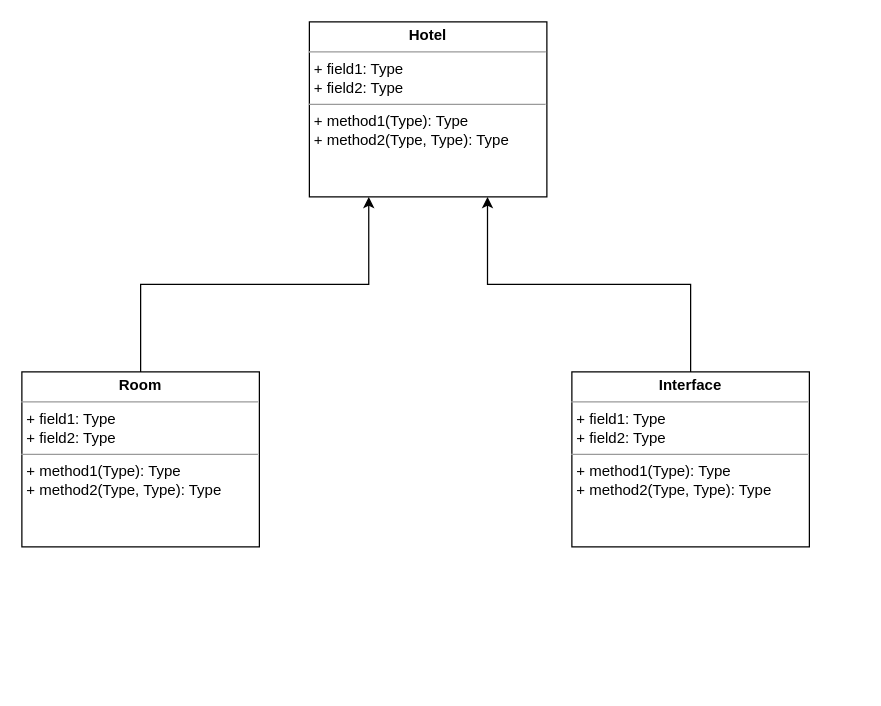
Above: Hotel.drawio in Alfonso18Feb/Algoritmos_Inicialesde_Alfonso_Criado-Pou_Castellanos (draw.io), before the change. Source tidied: cells renumbered, new cells numbered last; positions are measured from the earlier drawing's top-left corner, leaving out a move shared by most shapes. Both pictures are drawn from the tidied source at 125%, with x=0, y=0 at pixel (21, 21).
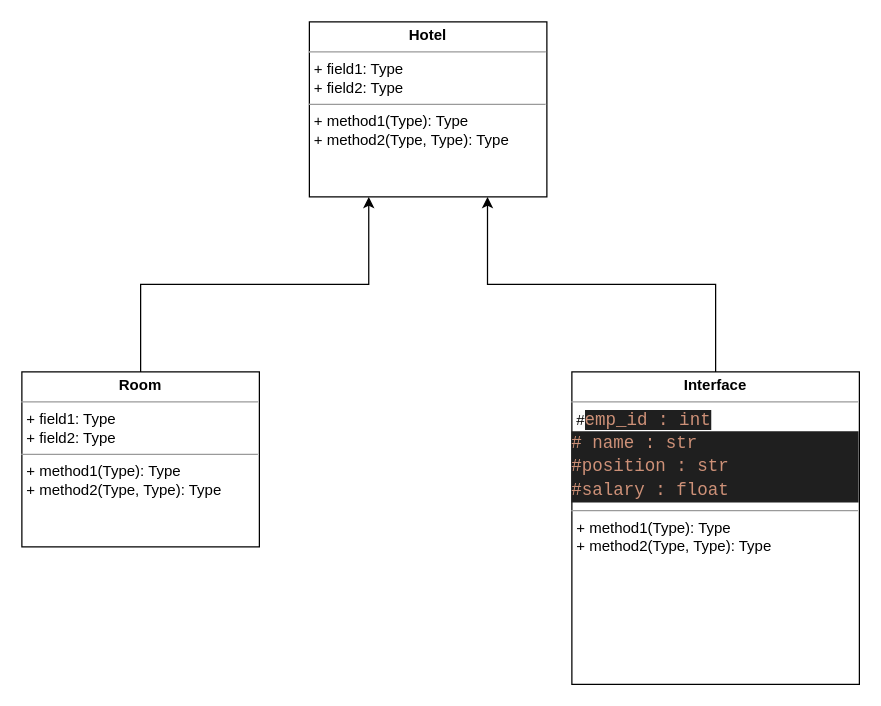
The same diagram, later.

Change to the diagram source:
```diff
@@
 <mxGraphModel>
   <root>
     <mxCell id="0" />
     <mxCell id="1" parent="0" />
-    <mxCell id="2" value="&lt;p style=&quot;margin:0px;margin-top:4px;text-align:center;&quot;&gt;&lt;b&gt;Interface&lt;/b&gt;&lt;/p&gt;&lt;hr size=&quot;1&quot;&gt;&lt;p style=&quot;margin:0px;margin-left:4px;&quot;&gt;+ field1: Type&lt;br&gt;+ field2: Type&lt;/p&gt;&lt;hr size=&quot;1&quot;&gt;&lt;p style=&quot;margin:0px;margin-left:4px;&quot;&gt;+ method1(Type): Type&lt;br&gt;+ method2(Type, Type): Type&lt;/p&gt;" style="verticalAlign=top;align=left;overflow=fill;fontSize=12;fontFamily=Helvetica;html=1;rounded=0;shadow=0;comic=0;labelBackgroundColor=none;strokeWidth=1;" parent="1" vertex="1">
-      <mxGeometry x="440" y="280" width="190" height="140" as="geometry" />
+    <mxCell id="2" value="&lt;p style=&quot;margin:0px;margin-top:4px;text-align:center;&quot;&gt;&lt;b&gt;Interface&lt;/b&gt;&lt;/p&gt;&lt;hr size=&quot;1&quot;&gt;&lt;p style=&quot;margin:0px;margin-left:4px;&quot;&gt;&lt;span style=&quot;background-color: rgb(251, 251, 251);&quot;&gt;#&lt;/span&gt;&lt;span style=&quot;color: rgb(206, 145, 120); background-color: rgb(31, 31, 31); font-family: Consolas, &amp;quot;Courier New&amp;quot;, monospace; font-size: 14px; white-space-collapse: preserve;&quot;&gt;emp_id : int&lt;/span&gt;&lt;/p&gt;&lt;div style=&quot;color: rgb(204, 204, 204); background-color: rgb(31, 31, 31); font-family: Consolas, &amp;quot;Courier New&amp;quot;, monospace; font-size: 14px; line-height: 19px; white-space-collapse: preserve;&quot;&gt;&lt;div&gt;&lt;span style=&quot;color: #ce9178;&quot;&gt;#&lt;/span&gt;&lt;span style=&quot;color: rgb(206, 145, 120);&quot;&gt; name : str&lt;/span&gt;&lt;/div&gt;&lt;div&gt;&lt;span style=&quot;color: #ce9178;&quot;&gt;#position : str&lt;/span&gt;&lt;/div&gt;&lt;div&gt;&lt;span style=&quot;color: #ce9178;&quot;&gt;#salary : float&lt;/span&gt;&lt;/div&gt;&lt;/div&gt;&lt;hr size=&quot;1&quot;&gt;&lt;p style=&quot;margin:0px;margin-left:4px;&quot;&gt;+ method1(Type): Type&lt;br&gt;+ method2(Type, Type): Type&lt;/p&gt;" style="verticalAlign=top;align=left;overflow=fill;fontSize=12;fontFamily=Helvetica;html=1;rounded=0;shadow=0;comic=0;labelBackgroundColor=none;strokeWidth=1;" parent="1" vertex="1">
+      <mxGeometry x="440" y="280" width="230" height="250" as="geometry" />
     </mxCell>
     <mxCell id="3" style="edgeStyle=orthogonalEdgeStyle;rounded=0;jettySize=auto;html=1;exitX=0.5;exitY=0;exitDx=0;exitDy=0;entryX=0.75;entryY=1;entryDx=0;entryDy=0;" parent="1" edge="1" source="2" target="4">
       <mxGeometry relative="1" as="geometry" />
     </mxCell>
     <mxCell id="4" value="&lt;p style=&quot;margin:0px;margin-top:4px;text-align:center;&quot;&gt;&lt;b&gt;Hotel&lt;/b&gt;&lt;/p&gt;&lt;hr size=&quot;1&quot;&gt;&lt;p style=&quot;margin:0px;margin-left:4px;&quot;&gt;+ field1: Type&lt;br&gt;+ field2: Type&lt;/p&gt;&lt;hr size=&quot;1&quot;&gt;&lt;p style=&quot;margin:0px;margin-left:4px;&quot;&gt;+ method1(Type): Type&lt;br&gt;+ method2(Type, Type): Type&lt;/p&gt;" style="verticalAlign=top;align=left;overflow=fill;fontSize=12;fontFamily=Helvetica;html=1;rounded=0;shadow=0;comic=0;labelBackgroundColor=none;strokeWidth=1;" parent="1" vertex="1">
       <mxGeometry x="230" width="190" height="140" as="geometry" />
     </mxCell>
     <mxCell id="5" value="&lt;p style=&quot;margin:0px;margin-top:4px;text-align:center;&quot;&gt;&lt;b&gt;Room&lt;/b&gt;&lt;/p&gt;&lt;hr size=&quot;1&quot;&gt;&lt;p style=&quot;margin:0px;margin-left:4px;&quot;&gt;+ field1: Type&lt;br&gt;+ field2: Type&lt;/p&gt;&lt;hr size=&quot;1&quot;&gt;&lt;p style=&quot;margin:0px;margin-left:4px;&quot;&gt;+ method1(Type): Type&lt;br&gt;+ method2(Type, Type): Type&lt;/p&gt;" style="verticalAlign=top;align=left;overflow=fill;fontSize=12;fontFamily=Helvetica;html=1;rounded=0;shadow=0;comic=0;labelBackgroundColor=none;strokeWidth=1;" parent="1" vertex="1">
       <mxGeometry y="280" width="190" height="140" as="geometry" />
     </mxCell>
     <mxCell id="6" style="edgeStyle=orthogonalEdgeStyle;rounded=0;jettySize=auto;html=1;exitX=0.5;exitY=0;exitDx=0;exitDy=0;entryX=0.25;entryY=1;entryDx=0;entryDy=0;" parent="1" edge="1" source="5" target="4">
       <mxGeometry relative="1" as="geometry" />
     </mxCell>
   </root>
 </mxGraphModel>
```
